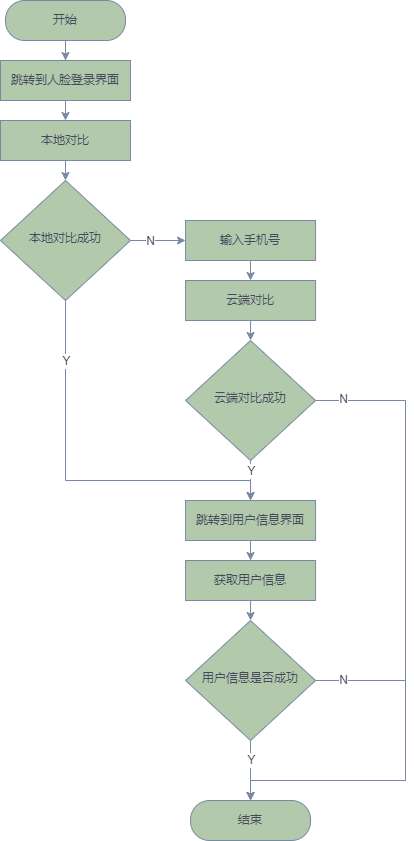
Earlier version of the draw.io export x9hp/人脸登录流程图.png (notigit/Image). Source tidied: cells renumbered, new cells last; positions are measured from the earlier drawing's top-left corner, leaving out a move shared by most shapes.
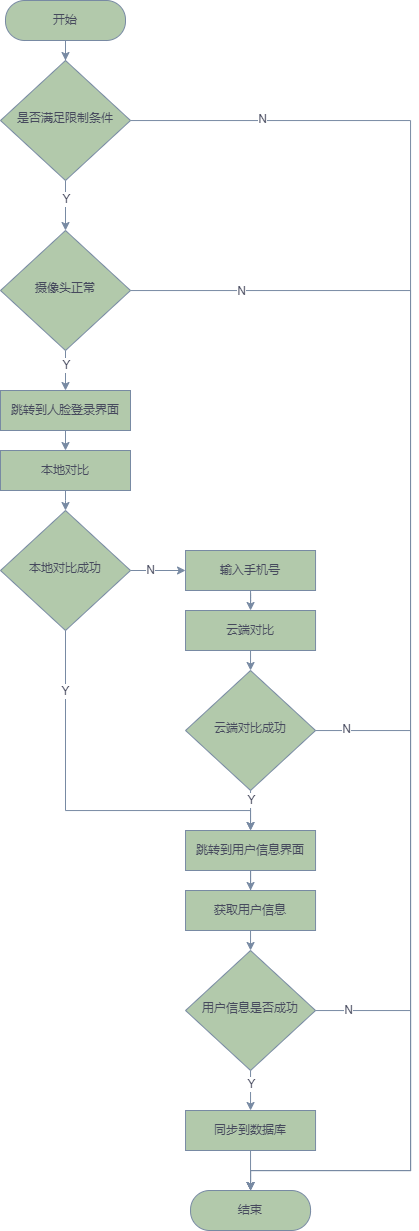
After the commit.

Commit message:
更新人脸登录流程图.png

What changed in the source:
```diff
@@ -5,11 +5,11 @@
     <mxCell id="2" style="edgeStyle=orthogonalEdgeStyle;rounded=0;jettySize=auto;html=1;entryX=0.5;entryY=0;entryDx=0;entryDy=0;fontColor=#46495D;startArrow=none;startFill=0;endArrow=classic;endFill=1;strokeColor=#788AA3;fillColor=#B2C9AB;exitX=0.5;exitY=1;exitDx=0;exitDy=0;" parent="1" edge="1" source="27" target="10">
       <mxGeometry relative="1" as="geometry" />
     </mxCell>
-    <mxCell id="3" style="edgeStyle=orthogonalEdgeStyle;rounded=0;jettySize=auto;html=1;entryX=0.5;entryY=0;entryDx=0;entryDy=0;fontColor=#46495D;startArrow=none;startFill=0;endArrow=classic;endFill=1;strokeColor=#788AA3;fillColor=#B2C9AB;" parent="1" edge="1" source="4" target="27">
+    <mxCell id="3" style="edgeStyle=orthogonalEdgeStyle;rounded=0;jettySize=auto;html=1;entryX=0.5;entryY=0;entryDx=0;entryDy=0;fontColor=#46495D;startArrow=none;startFill=0;endArrow=classic;endFill=1;strokeColor=#788AA3;fillColor=#B2C9AB;" parent="1" edge="1" source="4" target="38">
       <mxGeometry relative="1" as="geometry" />
     </mxCell>
     <mxCell id="4" value="开始" style="rounded=1;whiteSpace=wrap;html=1;fontSize=12;glass=0;strokeWidth=1;shadow=0;absoluteArcSize=0;arcSize=48;fillColor=#B2C9AB;strokeColor=#788AA3;fontColor=#46495D;" parent="1" vertex="1">
-      <mxGeometry x="5" width="120" height="40" as="geometry" />
+      <mxGeometry x="5" y="-330" width="120" height="40" as="geometry" />
     </mxCell>
     <mxCell id="5" style="edgeStyle=orthogonalEdgeStyle;rounded=0;jettySize=auto;html=1;entryX=0;entryY=0.5;entryDx=0;entryDy=0;strokeColor=#788AA3;fontColor=#46495D;exitX=1;exitY=0.5;exitDx=0;exitDy=0;" parent="1" edge="1" source="7" target="31">
       <mxGeometry relative="1" as="geometry" />
@@ -21,7 +21,7 @@
       <mxGeometry y="180" width="130" height="120" as="geometry" />
     </mxCell>
     <mxCell id="8" value="结束" style="rounded=1;whiteSpace=wrap;html=1;fontSize=12;glass=0;strokeWidth=1;shadow=0;fillColor=#B2C9AB;strokeColor=#788AA3;fontColor=#46495D;arcSize=48;" parent="1" vertex="1">
-      <mxGeometry x="190" y="800" width="120" height="40" as="geometry" />
+      <mxGeometry x="190" y="860" width="120" height="40" as="geometry" />
     </mxCell>
     <mxCell id="9" style="edgeStyle=orthogonalEdgeStyle;rounded=0;jettySize=auto;html=1;entryX=0.5;entryY=0;entryDx=0;entryDy=0;fontColor=#46495D;startArrow=none;startFill=0;endArrow=classic;endFill=1;strokeColor=#788AA3;fillColor=#B2C9AB;exitX=0.5;exitY=1;exitDx=0;exitDy=0;" parent="1" edge="1" source="10" target="7">
       <mxGeometry relative="1" as="geometry">
@@ -43,9 +43,9 @@
     <mxCell id="13" style="edgeStyle=orthogonalEdgeStyle;rounded=0;sketch=0;jettySize=auto;html=1;fontColor=#46495D;strokeColor=#788AA3;fillColor=#B2C9AB;entryX=0.5;entryY=0;entryDx=0;entryDy=0;" parent="1" edge="1" source="15" target="8">
       <mxGeometry relative="1" as="geometry">
         <Array as="points">
-          <mxPoint x="405" y="400" />
-          <mxPoint x="405" y="780" />
-          <mxPoint x="250" y="780" />
+          <mxPoint x="410" y="400" />
+          <mxPoint x="410" y="840" />
+          <mxPoint x="250" y="840" />
         </Array>
       </mxGeometry>
     </mxCell>
@@ -82,13 +82,8 @@
     <mxCell id="21" value="获取用户信息" style="rounded=0;whiteSpace=wrap;html=1;fontSize=12;glass=0;strokeWidth=1;shadow=0;fillColor=#B2C9AB;strokeColor=#788AA3;fontColor=#46495D;arcSize=0;" parent="1" vertex="1">
       <mxGeometry x="185" y="560" width="130" height="40" as="geometry" />
     </mxCell>
-    <mxCell id="22" style="edgeStyle=orthogonalEdgeStyle;rounded=1;sketch=0;jettySize=auto;html=1;entryX=0.5;entryY=0;entryDx=0;entryDy=0;fontColor=#46495D;strokeColor=#788AA3;fillColor=#B2C9AB;" parent="1" edge="1" source="26" target="8">
-      <mxGeometry relative="1" as="geometry">
-        <Array as="points">
-          <mxPoint x="250" y="770" />
-          <mxPoint x="250" y="770" />
-        </Array>
-      </mxGeometry>
+    <mxCell id="22" style="edgeStyle=orthogonalEdgeStyle;rounded=1;sketch=0;jettySize=auto;html=1;entryX=0.5;entryY=0;entryDx=0;entryDy=0;fontColor=#46495D;strokeColor=#788AA3;fillColor=#B2C9AB;" parent="1" edge="1" source="26" target="33">
+      <mxGeometry relative="1" as="geometry" />
     </mxCell>
     <mxCell id="23" value="Y" style="edgeLabel;html=1;align=center;verticalAlign=middle;fontColor=#46495D;" parent="22" vertex="1">
       <mxGeometry x="-0.33" relative="1" as="geometry" />
@@ -96,9 +91,9 @@
     <mxCell id="24" style="edgeStyle=orthogonalEdgeStyle;rounded=0;sketch=0;jettySize=auto;html=1;fontColor=#46495D;strokeColor=#788AA3;fillColor=#B2C9AB;entryX=0.5;entryY=0;entryDx=0;entryDy=0;" parent="1" edge="1" source="26" target="8">
       <mxGeometry relative="1" as="geometry">
         <Array as="points">
-          <mxPoint x="405" y="680" />
-          <mxPoint x="405" y="780" />
-          <mxPoint x="250" y="780" />
+          <mxPoint x="410" y="680" />
+          <mxPoint x="410" y="840" />
+          <mxPoint x="250" y="840" />
         </Array>
       </mxGeometry>
     </mxCell>
@@ -123,5 +118,53 @@
     <mxCell id="31" value="输入手机号" style="rounded=0;whiteSpace=wrap;html=1;fontSize=12;glass=0;strokeWidth=1;shadow=0;fillColor=#B2C9AB;strokeColor=#788AA3;fontColor=#46495D;arcSize=0;" parent="1" vertex="1">
       <mxGeometry x="185" y="220" width="130" height="40" as="geometry" />
     </mxCell>
+    <mxCell id="32" style="edgeStyle=orthogonalEdgeStyle;rounded=0;jettySize=auto;html=1;entryX=0.5;entryY=0;entryDx=0;entryDy=0;strokeColor=#788AA3;fontColor=#46495D;" parent="1" edge="1" source="33" target="8">
+      <mxGeometry relative="1" as="geometry" />
+    </mxCell>
+    <mxCell id="33" value="同步到数据库" style="rounded=0;whiteSpace=wrap;html=1;fontSize=12;glass=0;strokeWidth=1;shadow=0;fillColor=#B2C9AB;strokeColor=#788AA3;fontColor=#46495D;arcSize=0;" parent="1" vertex="1">
+      <mxGeometry x="185" y="780" width="130" height="40" as="geometry" />
+    </mxCell>
+    <mxCell id="34" style="edgeStyle=orthogonalEdgeStyle;rounded=0;sketch=0;jettySize=auto;html=1;fontColor=#46495D;strokeColor=#788AA3;fillColor=#B2C9AB;entryX=0.5;entryY=0;entryDx=0;entryDy=0;" parent="1" edge="1" source="38" target="8">
+      <mxGeometry relative="1" as="geometry">
+        <Array as="points">
+          <mxPoint x="410" y="-210" />
+          <mxPoint x="410" y="840" />
+          <mxPoint x="250" y="840" />
+        </Array>
+      </mxGeometry>
+    </mxCell>
+    <mxCell id="35" value="N" style="edgeLabel;html=1;align=center;verticalAlign=middle;fontColor=#46495D;" parent="34" vertex="1">
+      <mxGeometry x="-0.83" y="2" relative="1" as="geometry" />
+    </mxCell>
+    <mxCell id="36" style="edgeStyle=orthogonalEdgeStyle;rounded=0;sketch=0;jettySize=auto;html=1;entryX=0.5;entryY=0;entryDx=0;entryDy=0;fontColor=#46495D;strokeColor=#788AA3;fillColor=#B2C9AB;" parent="1" edge="1" source="38" target="43">
+      <mxGeometry relative="1" as="geometry" />
+    </mxCell>
+    <mxCell id="37" value="Y" style="edgeLabel;html=1;align=center;verticalAlign=middle;fontColor=#46495D;" parent="36" vertex="1">
+      <mxGeometry x="-0.26" y="1" relative="1" as="geometry" />
+    </mxCell>
+    <mxCell id="38" value="是否满足限制条件" style="rhombus;whiteSpace=wrap;html=1;shadow=0;fontFamily=Helvetica;fontSize=12;align=center;strokeWidth=1;spacing=6;spacingTop=-4;fillColor=#B2C9AB;strokeColor=#788AA3;fontColor=#46495D;rounded=0;" parent="1" vertex="1">
+      <mxGeometry y="-270" width="130" height="120" as="geometry" />
+    </mxCell>
+    <mxCell id="39" style="edgeStyle=orthogonalEdgeStyle;rounded=0;sketch=0;jettySize=auto;html=1;entryX=0.5;entryY=0;entryDx=0;entryDy=0;fontColor=#46495D;strokeColor=#788AA3;fillColor=#B2C9AB;" parent="1" edge="1" source="43" target="27">
+      <mxGeometry relative="1" as="geometry" />
+    </mxCell>
+    <mxCell id="40" value="Y" style="edgeLabel;html=1;align=center;verticalAlign=middle;fontColor=#46495D;" parent="39" vertex="1">
+      <mxGeometry x="-0.29" y="1" relative="1" as="geometry" />
+    </mxCell>
+    <mxCell id="41" style="edgeStyle=orthogonalEdgeStyle;rounded=0;sketch=0;jettySize=auto;html=1;entryX=0.5;entryY=0;entryDx=0;entryDy=0;fontColor=#46495D;strokeColor=#788AA3;fillColor=#B2C9AB;" parent="1" edge="1" source="43" target="8">
+      <mxGeometry relative="1" as="geometry">
+        <Array as="points">
+          <mxPoint x="410" y="-40" />
+          <mxPoint x="410" y="840" />
+          <mxPoint x="250" y="840" />
+        </Array>
+      </mxGeometry>
+    </mxCell>
+    <mxCell id="42" value="N" style="edgeLabel;html=1;align=center;verticalAlign=middle;fontColor=#46495D;" parent="41" vertex="1">
+      <mxGeometry x="-0.84" relative="1" as="geometry" />
+    </mxCell>
+    <mxCell id="43" value="摄像头正常" style="rhombus;whiteSpace=wrap;html=1;shadow=0;fontFamily=Helvetica;fontSize=12;align=center;strokeWidth=1;spacing=6;spacingTop=-4;fillColor=#B2C9AB;strokeColor=#788AA3;fontColor=#46495D;rounded=0;" parent="1" vertex="1">
+      <mxGeometry y="-100" width="130" height="120" as="geometry" />
+    </mxCell>
   </root>
 </mxGraphModel>
```
